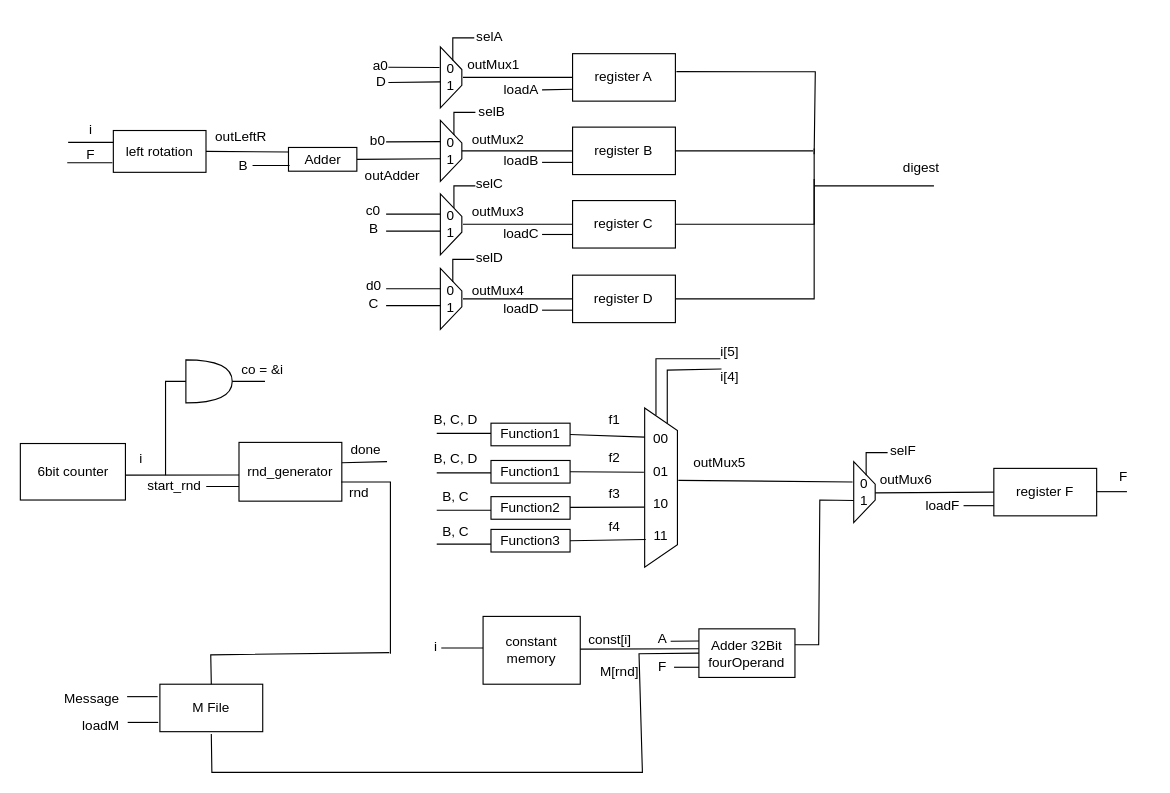
Before: CA1/Part2/Design/Datapath2 .drawio in imSaDy/CAD, a draw.io diagram. Source tidied: cells renumbered, new cells numbered last; positions are measured from the earlier drawing's top-left corner, leaving out a move shared by most shapes. Both pictures are drawn from the tidied source at 113%, with x=0, y=0 at pixel (19, 19).
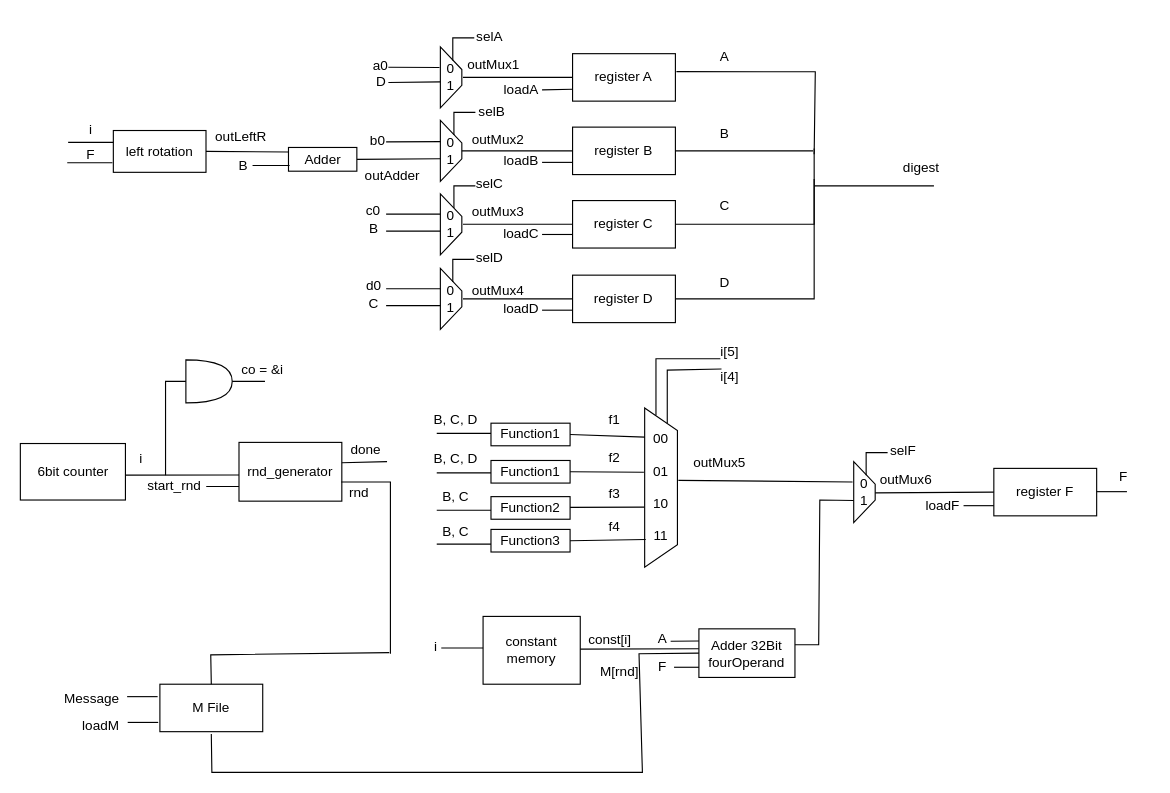
The same page after the edit.

Diff of the diagram source:
```diff
@@
+    <mxCell id="136" value="A" style="text;html=1;align=center;verticalAlign=middle;whiteSpace=wrap;rounded=0;" parent="1" vertex="1">
+      <mxGeometry x="594" y="18" width="60" height="30" as="geometry" />
+    </mxCell>
+    <mxCell id="137" value="B" style="text;html=1;align=center;verticalAlign=middle;whiteSpace=wrap;rounded=0;" parent="1" vertex="1">
+      <mxGeometry x="594" y="86" width="60" height="30" as="geometry" />
+    </mxCell>
+    <mxCell id="138" value="C" style="text;html=1;align=center;verticalAlign=middle;whiteSpace=wrap;rounded=0;" parent="1" vertex="1">
+      <mxGeometry x="594" y="150" width="60" height="30" as="geometry" />
+    </mxCell>
+    <mxCell id="139" value="D" style="text;html=1;align=center;verticalAlign=middle;whiteSpace=wrap;rounded=0;" parent="1" vertex="1">
+      <mxGeometry x="594" y="218" width="60" height="30" as="geometry" />
+    </mxCell>
```
